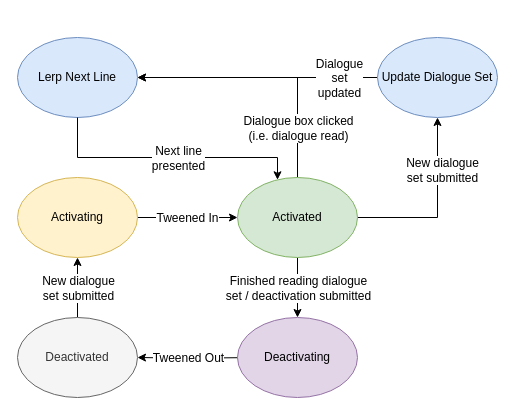
Above: 31 - DOC - Custom Project D Level/Dialogue States.drawio in huf0001/COS30031GamesProgramming (draw.io), before the change. Source tidied: cells renumbered, new cells numbered last; positions are measured from the earlier drawing's top-left corner, leaving out a move shared by most shapes. Both pictures are drawn from the tidied source at 100%, with x=0, y=0 at pixel (17, 37).
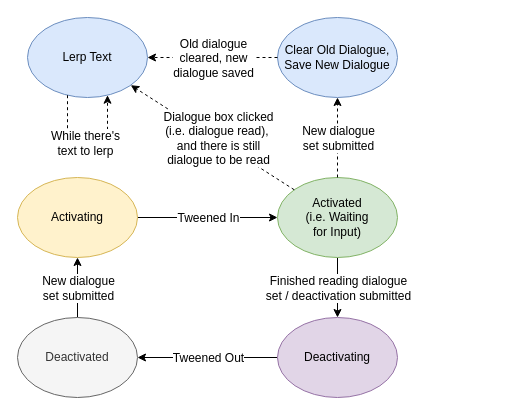
The same page after the edit.

Commit message (it also covers changes not shown here):
Finished the distinction report and submitted it for feedback. Hopefully it's up to scratch for a distinction report, but if not, then just consider this verison a draft to be improved upon.

Unchanged cells that the change refers to:
```xml
<mxCell id="4" value="Deactivated" style="ellipse;whiteSpace=wrap;html=1;fillColor=#f5f5f5;strokeColor=#666666;fontColor=#333333;" parent="1" vertex="1">
  <mxGeometry y="280" width="120" height="80" as="geometry" />
</mxCell>
<mxCell id="7" value="Activating" style="ellipse;whiteSpace=wrap;html=1;fillColor=#fff2cc;strokeColor=#d6b656;" parent="1" vertex="1">
  <mxGeometry y="140" width="120" height="80" as="geometry" />
</mxCell>
```

Change to the diagram source:
```diff
@@
-    <mxCell id="5" style="edgeStyle=orthogonalEdgeStyle;rounded=0;jettySize=auto;html=1;entryX=0;entryY=0.5;entryDx=0;entryDy=0;" parent="1" edge="1" source="7" target="14">
+    <mxCell id="5" style="edgeStyle=orthogonalEdgeStyle;rounded=0;jettySize=auto;html=1;" parent="1" edge="1" source="7" target="24">
       <mxGeometry relative="1" as="geometry">
         <Array as="points">
-          <mxPoint x="200" y="180" />
-          <mxPoint x="200" y="180" />
+          <mxPoint x="170" y="180" />
         </Array>
       </mxGeometry>
     </mxCell>
     <mxCell id="6" value="Tweened In" style="text;html=1;align=center;verticalAlign=middle;labelBackgroundColor=#ffffff;" parent="5" vertex="1">
       <mxGeometry x="-0.14" y="1" relative="1" as="geometry">
-        <mxPoint x="6.5" y="1" as="offset" />
+        <mxPoint x="10" y="1" as="offset" />
       </mxGeometry>
     </mxCell>
@@
-    <mxCell id="8" style="edgeStyle=orthogonalEdgeStyle;rounded=0;jettySize=auto;html=1;entryX=0.5;entryY=0;entryDx=0;entryDy=0;" parent="1" edge="1" source="14" target="18">
-      <mxGeometry relative="1" as="geometry">
-        <Array as="points">
-          <mxPoint x="280" y="260" />
-          <mxPoint x="280" y="260" />
-        </Array>
-      </mxGeometry>
+    <mxCell id="8" style="edgeStyle=orthogonalEdgeStyle;rounded=0;jettySize=auto;html=1;entryX=0.5;entryY=0;entryDx=0;entryDy=0;" parent="1" edge="1" source="24" target="18">
+      <mxGeometry relative="1" as="geometry" />
     </mxCell>
     <mxCell id="9" value="Finished reading dialogue&lt;br&gt;set / deactivation submitted" style="text;html=1;align=center;verticalAlign=middle;labelBackgroundColor=#ffffff;" parent="8" vertex="1">
       <mxGeometry x="0.23" y="1" relative="1" as="geometry">
-        <mxPoint x="-1" y="-6.5" as="offset" />
+        <mxPoint x="-1" y="-7" as="offset" />
       </mxGeometry>
     </mxCell>
-    <mxCell id="10" style="edgeStyle=orthogonalEdgeStyle;rounded=0;jettySize=auto;html=1;" parent="1" edge="1" source="14" target="15">
-      <mxGeometry relative="1" as="geometry">
-        <Array as="points">
-          <mxPoint x="280" y="40" />
-        </Array>
-      </mxGeometry>
-    </mxCell>
-    <mxCell id="11" value="Dialogue box clicked&lt;br&gt;(i.e. dialogue read)" style="text;html=1;align=center;verticalAlign=middle;labelBackgroundColor=#ffffff;" parent="10" vertex="1">
-      <mxGeometry x="0.23" relative="1" as="geometry">
-        <mxPoint x="60" y="50" as="offset" />
-      </mxGeometry>
-    </mxCell>
-    <mxCell id="12" style="edgeStyle=orthogonalEdgeStyle;rounded=0;jettySize=auto;html=1;entryX=0.5;entryY=1;entryDx=0;entryDy=0;" parent="1" edge="1" source="14" target="23">
-      <mxGeometry relative="1" as="geometry">
-        <Array as="points">
-          <mxPoint x="420" y="180" />
-        </Array>
-      </mxGeometry>
-    </mxCell>
-    <mxCell id="13" value="New dialogue&lt;br&gt;set submitted" style="text;html=1;align=center;verticalAlign=middle;labelBackgroundColor=#ffffff;" parent="12" vertex="1">
-      <mxGeometry x="-0.2" y="12" relative="1" as="geometry">
-        <mxPoint x="12" y="-36" as="offset" />
-      </mxGeometry>
-    </mxCell>
-    <mxCell id="14" value="Activated" style="ellipse;whiteSpace=wrap;html=1;fillColor=#d5e8d4;strokeColor=#82b366;" parent="1" vertex="1">
-      <mxGeometry x="220" y="140" width="120" height="80" as="geometry" />
-    </mxCell>
-    <mxCell id="15" value="Lerp Next Line" style="ellipse;whiteSpace=wrap;html=1;fillColor=#dae8fc;strokeColor=#6c8ebf;" parent="1" vertex="1">
-      <mxGeometry width="120" height="80" as="geometry" />
-    </mxCell>
-    <mxCell id="16" style="edgeStyle=orthogonalEdgeStyle;rounded=0;jettySize=auto;html=1;" parent="1" edge="1" target="4">
-      <mxGeometry relative="1" as="geometry">
-        <mxPoint x="221.8" y="320.2" as="sourcePoint" />
-      </mxGeometry>
+    <mxCell id="16" style="edgeStyle=orthogonalEdgeStyle;rounded=0;jettySize=auto;html=1;" parent="1" edge="1" source="18" target="4">
+      <mxGeometry relative="1" as="geometry" />
     </mxCell>
     <mxCell id="17" value="Tweened Out" style="text;html=1;align=center;verticalAlign=middle;labelBackgroundColor=#ffffff;" parent="16" vertex="1">
       <mxGeometry x="0.18" relative="1" as="geometry">
-        <mxPoint x="8" as="offset" />
+        <mxPoint x="13" as="offset" />
       </mxGeometry>
     </mxCell>
     <mxCell id="18" value="Deactivating" style="ellipse;whiteSpace=wrap;html=1;fillColor=#e1d5e7;strokeColor=#9673a6;" parent="1" vertex="1">
-      <mxGeometry x="220" y="280" width="120" height="80" as="geometry" />
+      <mxGeometry x="260" y="280" width="120" height="80" as="geometry" />
     </mxCell>
-    <mxCell id="19" style="edgeStyle=orthogonalEdgeStyle;rounded=0;jettySize=auto;html=1;" parent="1" edge="1" source="15" target="14">
-      <mxGeometry relative="1" as="geometry">
-        <Array as="points">
-          <mxPoint x="60" y="120" />
-          <mxPoint x="260" y="120" />
-        </Array>
-      </mxGeometry>
-    </mxCell>
-    <mxCell id="20" value="Next line&lt;br&gt;presented" style="text;html=1;align=center;verticalAlign=middle;labelBackgroundColor=#ffffff;" parent="19" vertex="1">
-      <mxGeometry x="-0.26" y="-2" relative="1" as="geometry">
-        <mxPoint x="43" y="-2" as="offset" />
-      </mxGeometry>
-    </mxCell>
-    <mxCell id="21" style="edgeStyle=orthogonalEdgeStyle;rounded=0;jettySize=auto;html=1;" parent="1" edge="1" source="23" target="15">
-      <mxGeometry relative="1" as="geometry">
-        <Array as="points">
-          <mxPoint x="240" y="40" />
-          <mxPoint x="240" y="40" />
-        </Array>
-      </mxGeometry>
-    </mxCell>
-    <mxCell id="22" value="Dialogue&lt;br&gt;set&lt;br&gt;updated" style="text;html=1;align=center;verticalAlign=middle;labelBackgroundColor=#ffffff;" parent="21" vertex="1">
-      <mxGeometry x="-0.64" y="12" relative="1" as="geometry">
-        <mxPoint x="4" y="-12" as="offset" />
-      </mxGeometry>
-    </mxCell>
-    <mxCell id="23" value="Update Dialogue Set" style="ellipse;whiteSpace=wrap;html=1;fillColor=#dae8fc;strokeColor=#6c8ebf;" parent="1" vertex="1">
-      <mxGeometry x="360" width="120" height="80" as="geometry" />
-    </mxCell>
+    <mxCell id="24" value="Activated&lt;br&gt;(i.e. Waiting &lt;br&gt;for Input)" style="ellipse;whiteSpace=wrap;html=1;fillColor=#d5e8d4;strokeColor=#82b366;" parent="1" vertex="1">
+      <mxGeometry x="260" y="140" width="120" height="80" as="geometry" />
+    </mxCell>
+    <mxCell id="25" value="Clear Old Dialogue, Save New Dialogue" style="ellipse;whiteSpace=wrap;html=1;fillColor=#dae8fc;strokeColor=#6c8ebf;" parent="1" vertex="1">
+      <mxGeometry x="260" y="-20" width="120" height="80" as="geometry" />
+    </mxCell>
+    <mxCell id="26" value="Lerp Text" style="ellipse;whiteSpace=wrap;html=1;fillColor=#dae8fc;strokeColor=#6c8ebf;" parent="1" vertex="1">
+      <mxGeometry x="10" y="-20" width="120" height="80" as="geometry" />
+    </mxCell>
+    <mxCell id="27" style="edgeStyle=orthogonalEdgeStyle;rounded=0;jettySize=auto;html=1;dashed=1;" parent="1" edge="1" source="25" target="26">
+      <mxGeometry relative="1" as="geometry">
+        <Array as="points">
+          <mxPoint x="260" y="20" />
+          <mxPoint x="260" y="20" />
+        </Array>
+      </mxGeometry>
+    </mxCell>
+    <mxCell id="28" value="Old dialogue&lt;br&gt;cleared, new&lt;br&gt;dialogue saved" style="text;html=1;align=center;verticalAlign=middle;labelBackgroundColor=#ffffff;" parent="27" vertex="1">
+      <mxGeometry x="-0.64" y="12" relative="1" as="geometry">
+        <mxPoint x="-41.5" y="-12" as="offset" />
+      </mxGeometry>
+    </mxCell>
+    <mxCell id="29" style="rounded=0;jettySize=auto;html=1;dashed=1;" parent="1" edge="1" source="24" target="26">
+      <mxGeometry relative="1" as="geometry" />
+    </mxCell>
+    <mxCell id="30" value="Dialogue box clicked&lt;br&gt;(i.e. dialogue read),&amp;nbsp;&lt;br&gt;and there is still &lt;br&gt;dialogue to be read" style="text;html=1;align=center;verticalAlign=middle;labelBackgroundColor=#ffffff;" parent="29" vertex="1">
+      <mxGeometry x="0.23" relative="1" as="geometry">
+        <mxPoint x="24" y="12" as="offset" />
+      </mxGeometry>
+    </mxCell>
+    <mxCell id="31" style="edgeStyle=orthogonalEdgeStyle;rounded=0;orthogonalLoop=1;jettySize=auto;html=1;dashed=1;" parent="1" edge="1" source="26" target="26">
+      <mxGeometry relative="1" as="geometry">
+        <Array as="points">
+          <mxPoint x="50" y="100" />
+          <mxPoint x="90" y="100" />
+        </Array>
+      </mxGeometry>
+    </mxCell>
+    <mxCell id="32" value="While there's&lt;br&gt;text to lerp" style="text;html=1;align=center;verticalAlign=middle;labelBackgroundColor=#ffffff;" parent="31" vertex="1">
+      <mxGeometry x="-0.26" y="-2" relative="1" as="geometry">
+        <mxPoint x="13.5" y="3" as="offset" />
+      </mxGeometry>
+    </mxCell>
+    <mxCell id="33" style="edgeStyle=orthogonalEdgeStyle;rounded=0;jettySize=auto;html=1;entryX=0.5;entryY=1;entryDx=0;entryDy=0;dashed=1;" parent="1" edge="1" source="24" target="25">
+      <mxGeometry relative="1" as="geometry">
+        <Array as="points">
+          <mxPoint x="320" y="110" />
+          <mxPoint x="320" y="110" />
+        </Array>
+      </mxGeometry>
+    </mxCell>
+    <mxCell id="13" value="New dialogue&lt;br&gt;set submitted" style="text;html=1;align=center;verticalAlign=middle;labelBackgroundColor=#ffffff;" parent="33" vertex="1">
+      <mxGeometry x="-0.2" y="12" relative="1" as="geometry">
+        <mxPoint x="12" y="-8" as="offset" />
+      </mxGeometry>
+    </mxCell>
```
